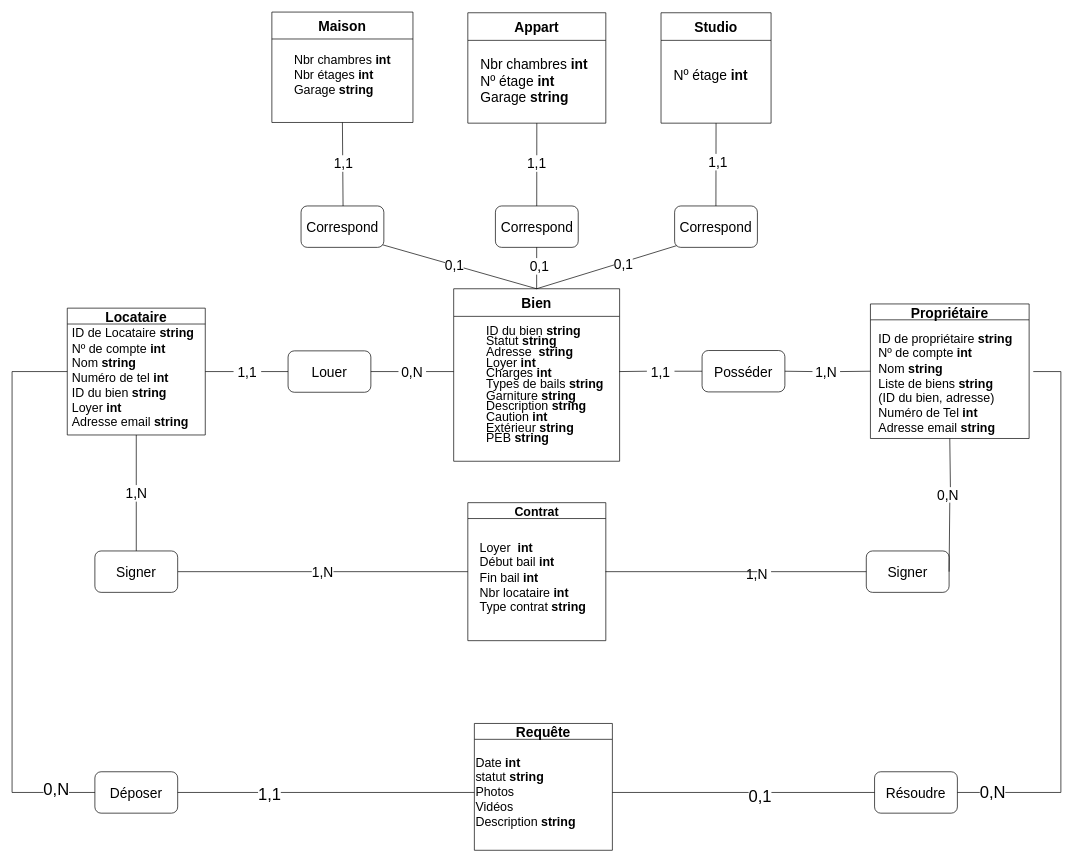
Julienthum/Co-Lock keeps this draw.io diagram as page "Schéma intermédiaire" (2 of 20) of Ko-loc (1).drawio. Above is the earlier version. Source tidied: cells renumbered, new cells numbered last; positions are measured from the earlier drawing's top-left corner, leaving out a move shared by most shapes. Both pictures are drawn from the tidied source at 69%, with x=0, y=0 at pixel (12, 12).
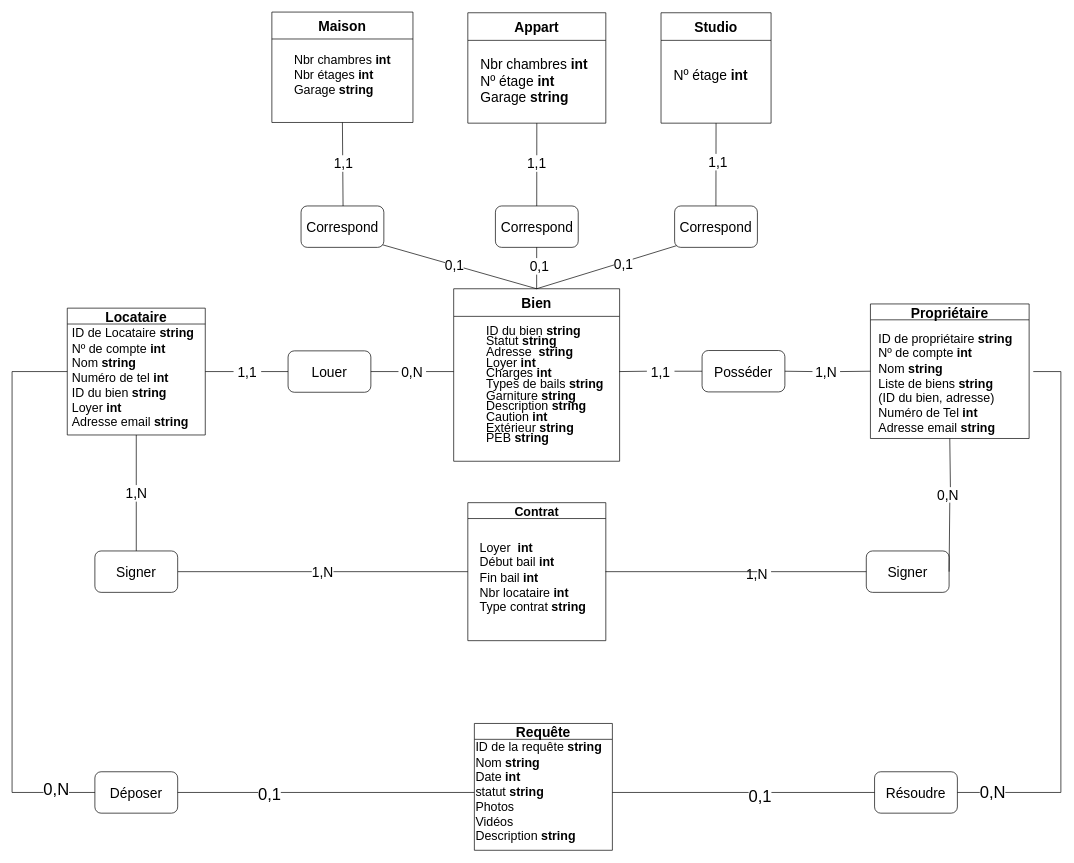
After the change.

Unchanged cells that the change refers to:
```xml
<mxCell id="55" value="Requête" style="swimlane;fontSize=20;" parent="1" vertex="1">
  <mxGeometry x="670" y="1031" width="200" height="183.8" as="geometry" />
</mxCell>
<mxCell id="58" style="endArrow=none;html=1;rounded=0;exitX=1;exitY=0.5;exitDx=0;exitDy=0;entryX=0;entryY=0.5;entryDx=0;entryDy=0;" parent="1" edge="1" source="57" target="56">
  <mxGeometry relative="1" as="geometry" />
</mxCell>
```

Diff of the diagram source:
```diff
@@
-    <mxCell id="56" value="&lt;p class=&quot;MsoListParagraphCxSpFirst&quot; style=&quot;margin: 0cm 0cm 0cm 36pt ; line-height: 15.6933px ; font-size: 11pt ; font-family: &amp;#34;calibri&amp;#34; , sans-serif ; text-indent: -18pt&quot;&gt;&lt;/p&gt;&lt;font style=&quot;font-size: 18px&quot;&gt;Date &lt;b&gt;int&lt;br&gt;&lt;/b&gt;statut &lt;b&gt;string&lt;/b&gt;&lt;br&gt;Photos&lt;br&gt;Vidéos&lt;br&gt;Description &lt;b&gt;string&lt;/b&gt;&lt;br&gt;&lt;/font&gt;" style="text;html=1;strokeColor=none;fillColor=none;align=left;verticalAlign=middle;whiteSpace=wrap;rounded=0;" parent="55" vertex="1">
+    <mxCell id="56" value="&lt;p class=&quot;MsoListParagraphCxSpFirst&quot; style=&quot;margin: 0cm 0cm 0cm 36pt ; line-height: 15.6933px ; font-size: 11pt ; font-family: &amp;#34;calibri&amp;#34; , sans-serif ; text-indent: -18pt&quot;&gt;&lt;/p&gt;&lt;font style=&quot;font-size: 18px&quot;&gt;ID de la requête&amp;nbsp;&lt;b&gt;string&lt;/b&gt;&lt;br&gt;Nom&amp;nbsp;&lt;b&gt;string&lt;/b&gt;&lt;br&gt;Date&amp;nbsp;&lt;b&gt;int&lt;br&gt;&lt;/b&gt;statut&amp;nbsp;&lt;b&gt;string&lt;/b&gt;&lt;br&gt;Photos&lt;br&gt;Vidéos&lt;br&gt;Description&amp;nbsp;&lt;b&gt;string&lt;/b&gt;&lt;br&gt;&lt;/font&gt;" style="text;html=1;strokeColor=none;fillColor=none;align=left;verticalAlign=middle;whiteSpace=wrap;rounded=0;" parent="55" vertex="1">
       <mxGeometry y="35" width="190" height="130" as="geometry" />
     </mxCell>
@@
-    <mxCell id="59" value="1,1" style="edgeLabel;html=1;align=center;verticalAlign=middle;fontSize=24;" parent="58" vertex="1">
+    <mxCell id="59" value="0,1" style="edgeLabel;html=1;align=center;verticalAlign=middle;fontSize=24;" parent="58" vertex="1">
       <mxGeometry x="-0.39" y="-2" relative="1" as="geometry">
         <mxPoint x="1" as="offset" />
       </mxGeometry>
     </mxCell>
```
